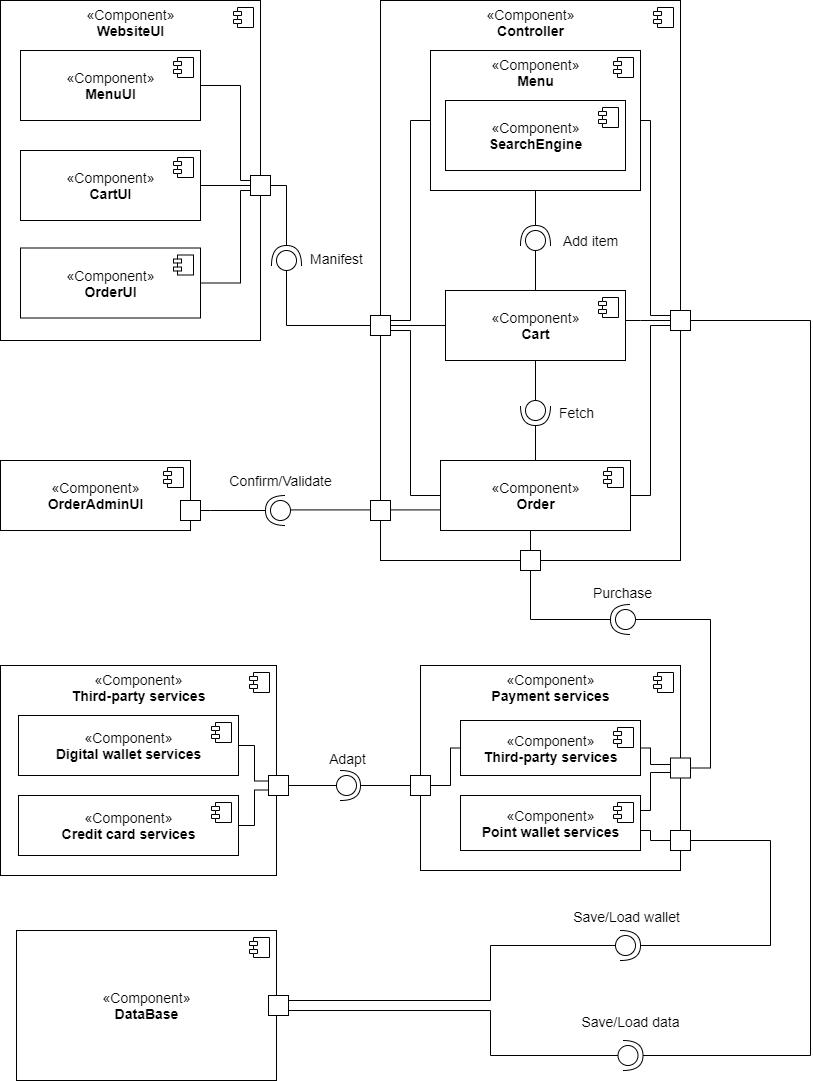
Earlier version of the draw.io export docs/images/components.png (thanhtoan1742/OWCA_POS). Source tidied: cells renumbered, new cells last; positions are measured from the earlier drawing's top-left corner, leaving out a move shared by most shapes.
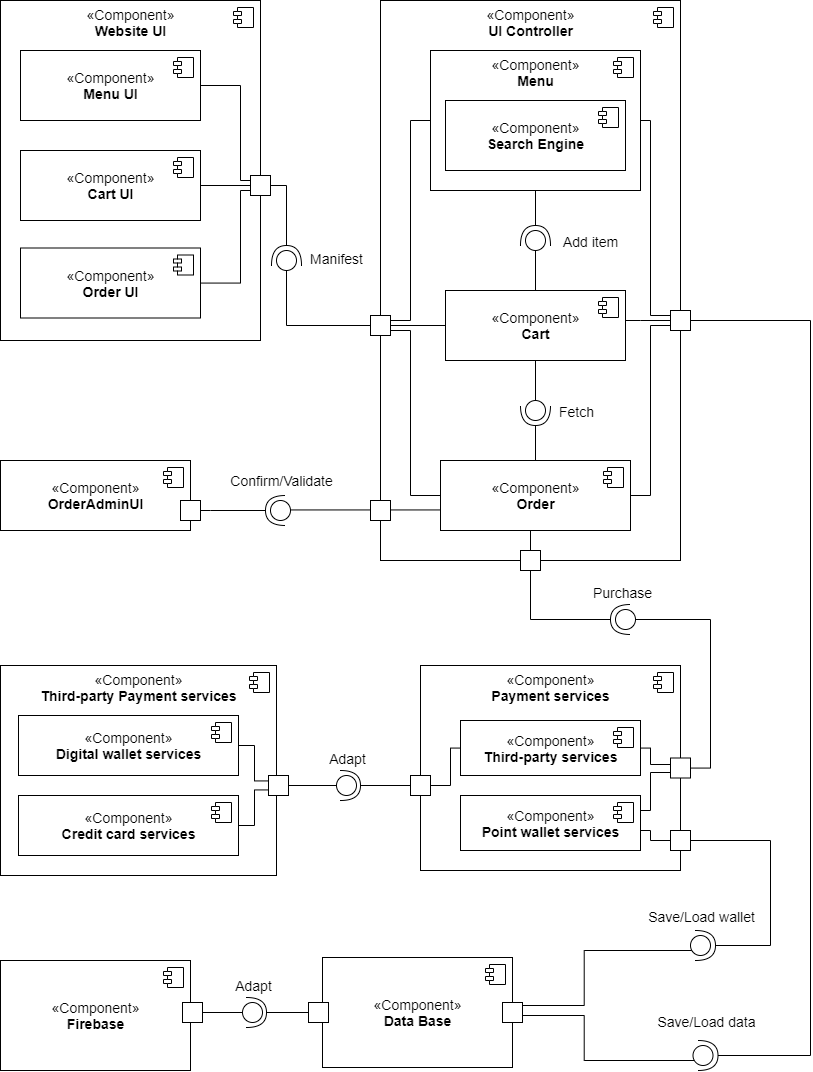
The same diagram one commit later.

What changed in the source:
```diff
@@ -2,7 +2,7 @@
   <root>
     <mxCell id="0" />
     <mxCell id="1" parent="0" />
-    <mxCell id="2" value="«Component»&lt;br style=&quot;font-size: 14px&quot;&gt;&lt;b&gt;Controller&lt;/b&gt;" style="html=1;fontSize=14;verticalAlign=top;" parent="1" vertex="1">
+    <mxCell id="2" value="«Component»&lt;br style=&quot;font-size: 14px&quot;&gt;&lt;b&gt;UI Controller&lt;/b&gt;" style="html=1;fontSize=14;verticalAlign=top;" parent="1" vertex="1">
       <mxGeometry x="380" width="300" height="560" as="geometry" />
     </mxCell>
     <mxCell id="3" style="shape=module;jettyWidth=8;jettyHeight=4;fontSize=14;" parent="2" vertex="1">
@@ -10,7 +10,7 @@
         <mxPoint x="-27" y="7" as="offset" />
       </mxGeometry>
     </mxCell>
-    <mxCell id="4" value="«Component»&lt;br style=&quot;font-size: 14px&quot;&gt;&lt;b&gt;WebsiteUI&lt;/b&gt;" style="html=1;fontSize=14;verticalAlign=top;" parent="1" vertex="1">
+    <mxCell id="4" value="«Component»&lt;br style=&quot;font-size: 14px&quot;&gt;&lt;b&gt;Website UI&lt;/b&gt;" style="html=1;fontSize=14;verticalAlign=top;" parent="1" vertex="1">
       <mxGeometry width="260" height="340" as="geometry" />
     </mxCell>
     <mxCell id="5" style="shape=module;jettyWidth=8;jettyHeight=4;fontSize=14;" parent="4" vertex="1">
@@ -18,7 +18,7 @@
         <mxPoint x="-27" y="7" as="offset" />
       </mxGeometry>
     </mxCell>
-    <mxCell id="6" value="«Component»&lt;br style=&quot;font-size: 14px&quot;&gt;&lt;b&gt;Third-party services&lt;/b&gt;" style="html=1;fontSize=14;verticalAlign=top;" parent="1" vertex="1">
+    <mxCell id="6" value="«Component»&lt;br style=&quot;font-size: 14px&quot;&gt;&lt;b&gt;Third-party Payment services&lt;/b&gt;" style="html=1;fontSize=14;verticalAlign=top;" parent="1" vertex="1">
       <mxGeometry y="665" width="276" height="210" as="geometry" />
     </mxCell>
     <mxCell id="7" style="shape=module;jettyWidth=8;jettyHeight=4;fontSize=14;" parent="6" vertex="1">
@@ -236,8 +236,8 @@
         <mxPoint x="58" y="43" as="offset" />
       </mxGeometry>
     </mxCell>
-    <mxCell id="51" value="«Component»&lt;br style=&quot;font-size: 14px&quot;&gt;&lt;b&gt;DataBase&lt;/b&gt;" style="html=1;fontSize=14;verticalAlign=middle;" parent="1" vertex="1">
-      <mxGeometry x="16" y="930" width="260" height="150" as="geometry" />
+    <mxCell id="51" value="«Component»&lt;br style=&quot;font-size: 14px&quot;&gt;&lt;b&gt;Data Base&lt;/b&gt;" style="html=1;fontSize=14;verticalAlign=middle;" parent="1" vertex="1">
+      <mxGeometry x="322" y="957" width="190" height="110" as="geometry" />
     </mxCell>
     <mxCell id="52" style="shape=module;jettyWidth=8;jettyHeight=4;fontSize=14;" parent="51" vertex="1">
       <mxGeometry x="1" width="20" height="20" relative="1" as="geometry">
@@ -247,7 +247,7 @@
     <mxCell id="53" style="edgeStyle=orthogonalEdgeStyle;rounded=0;html=1;fontSize=14;endArrow=none;endFill=0;startSize=10;endSize=10;strokeColor=#000000;" parent="1" edge="1" source="54" target="85">
       <mxGeometry relative="1" as="geometry" />
     </mxCell>
-    <mxCell id="54" value="«Component»&lt;br style=&quot;font-size: 14px&quot;&gt;&lt;b&gt;CartUI&lt;/b&gt;" style="html=1;fontSize=14;" parent="1" vertex="1">
+    <mxCell id="54" value="«Component»&lt;br style=&quot;font-size: 14px&quot;&gt;&lt;b&gt;Cart UI&lt;/b&gt;" style="html=1;fontSize=14;" parent="1" vertex="1">
       <mxGeometry x="20" y="150" width="180" height="70" as="geometry" />
     </mxCell>
     <mxCell id="55" style="shape=module;jettyWidth=8;jettyHeight=4;fontSize=14;" parent="54" vertex="1">
@@ -263,7 +263,7 @@
         </Array>
       </mxGeometry>
     </mxCell>
-    <mxCell id="57" value="«Component»&lt;br style=&quot;font-size: 14px&quot;&gt;&lt;b&gt;OrderUI&lt;/b&gt;" style="html=1;fontSize=14;" parent="1" vertex="1">
+    <mxCell id="57" value="«Component»&lt;br style=&quot;font-size: 14px&quot;&gt;&lt;b&gt;Order UI&lt;/b&gt;" style="html=1;fontSize=14;" parent="1" vertex="1">
       <mxGeometry x="20" y="247.5" width="180" height="70" as="geometry" />
     </mxCell>
     <mxCell id="58" style="shape=module;jettyWidth=8;jettyHeight=4;fontSize=14;" parent="57" vertex="1">
@@ -303,7 +303,7 @@
         </Array>
       </mxGeometry>
     </mxCell>
-    <mxCell id="64" value="«Component»&lt;br style=&quot;font-size: 14px&quot;&gt;&lt;b&gt;MenuUI&lt;/b&gt;" style="html=1;fontSize=14;" parent="1" vertex="1">
+    <mxCell id="64" value="«Component»&lt;br style=&quot;font-size: 14px&quot;&gt;&lt;b&gt;Menu UI&lt;/b&gt;" style="html=1;fontSize=14;" parent="1" vertex="1">
       <mxGeometry x="20" y="50" width="180" height="70" as="geometry" />
     </mxCell>
     <mxCell id="65" style="shape=module;jettyWidth=8;jettyHeight=4;fontSize=14;" parent="64" vertex="1">
@@ -325,7 +325,7 @@
     <mxCell id="69" style="shape=requiredInterface;html=1;verticalLabelPosition=bottom;fontSize=14;strokeColor=#000000;strokeWidth=1;verticalAlign=top;rotation=90;horizontal=1;direction=west;" parent="1" vertex="1">
       <mxGeometry x="525" y="220" width="20" height="30" as="geometry" />
     </mxCell>
-    <mxCell id="70" value="«Component»&lt;br style=&quot;font-size: 14px&quot;&gt;&lt;b&gt;SearchEngine&lt;/b&gt;" style="html=1;fontSize=14;" parent="1" vertex="1">
+    <mxCell id="70" value="«Component»&lt;br style=&quot;font-size: 14px&quot;&gt;&lt;b&gt;Search Engine&lt;/b&gt;" style="html=1;fontSize=14;" parent="1" vertex="1">
       <mxGeometry x="445" y="100" width="180" height="70" as="geometry" />
     </mxCell>
     <mxCell id="71" style="shape=module;jettyWidth=8;jettyHeight=4;fontSize=14;" parent="70" vertex="1">
@@ -372,16 +372,16 @@
     <mxCell id="80" style="edgeStyle=orthogonalEdgeStyle;html=1;fontSize=14;endArrow=none;endFill=0;rounded=0;" parent="1" edge="1" source="81" target="82">
       <mxGeometry relative="1" as="geometry">
         <Array as="points">
-          <mxPoint x="490" y="1010" />
-          <mxPoint x="490" y="1055" />
+          <mxPoint x="583.8" y="1015" />
+          <mxPoint x="583.8" y="1060" />
         </Array>
       </mxGeometry>
     </mxCell>
     <mxCell id="81" style="verticalLabelPosition=bottom;verticalAlign=top;html=1;shape=mxgraph.basic.rect;fillColor2=none;strokeWidth=1;size=20;indent=5;fontSize=14;" parent="1" vertex="1">
-      <mxGeometry x="268" y="995" width="20" height="20" as="geometry" />
+      <mxGeometry x="502" y="1002" width="20" height="20" as="geometry" />
     </mxCell>
     <mxCell id="82" style="ellipse;whiteSpace=wrap;html=1;fontSize=14;strokeColor=#000000;strokeWidth=1;verticalAlign=top;" parent="1" vertex="1">
-      <mxGeometry x="617.5" y="1045" width="20" height="20" as="geometry" />
+      <mxGeometry x="692.5" y="1045" width="20" height="20" as="geometry" />
     </mxCell>
     <mxCell id="83" value="Save/Load data" style="edgeStyle=orthogonalEdgeStyle;html=1;fontSize=14;startArrow=none;startFill=0;endArrow=none;endFill=0;startSize=20;endSize=20;rounded=0;" parent="1" edge="1" source="2" target="84">
       <mxGeometry x="1" y="-36" relative="1" as="geometry">
@@ -392,7 +392,7 @@
       </mxGeometry>
     </mxCell>
     <mxCell id="84" style="shape=requiredInterface;html=1;verticalLabelPosition=bottom;fontSize=14;strokeColor=#000000;strokeWidth=1;verticalAlign=top;rotation=0;" parent="1" vertex="1">
-      <mxGeometry x="622.5" y="1040" width="20" height="30" as="geometry" />
+      <mxGeometry x="697.5" y="1040" width="20" height="30" as="geometry" />
     </mxCell>
     <mxCell id="85" style="whiteSpace=wrap;html=1;fontSize=14;strokeColor=#000000;strokeWidth=1;verticalAlign=middle;" parent="1" vertex="1">
       <mxGeometry x="250" y="175" width="20" height="20" as="geometry" />
@@ -422,18 +422,46 @@
       <mxGeometry x="670" y="830" width="20" height="20" as="geometry" />
     </mxCell>
     <mxCell id="92" style="ellipse;whiteSpace=wrap;html=1;fontSize=14;strokeColor=#000000;strokeWidth=1;verticalAlign=top;" parent="1" vertex="1">
-      <mxGeometry x="615" y="935" width="20" height="20" as="geometry" />
+      <mxGeometry x="690" y="935" width="20" height="20" as="geometry" />
     </mxCell>
     <mxCell id="93" style="edgeStyle=orthogonalEdgeStyle;rounded=0;html=1;fontSize=14;startArrow=none;startFill=0;endArrow=none;endFill=0;startSize=20;endSize=20;" parent="1" edge="1" source="92" target="81">
       <mxGeometry relative="1" as="geometry">
         <Array as="points">
-          <mxPoint x="490" y="945" />
-          <mxPoint x="490" y="1000" />
+          <mxPoint x="583.8" y="950" />
+          <mxPoint x="583.8" y="1005" />
         </Array>
       </mxGeometry>
     </mxCell>
     <mxCell id="94" style="shape=requiredInterface;html=1;verticalLabelPosition=bottom;fontSize=14;strokeColor=#000000;strokeWidth=1;verticalAlign=top;rotation=0;" parent="1" vertex="1">
-      <mxGeometry x="620" y="930" width="20" height="30" as="geometry" />
+      <mxGeometry x="695" y="930" width="20" height="30" as="geometry" />
     </mxCell>
+    <mxCell id="95" value="«Component»&lt;br style=&quot;font-size: 14px&quot;&gt;&lt;b&gt;Firebase&lt;/b&gt;" style="html=1;fontSize=14;verticalAlign=middle;" parent="1" vertex="1">
+      <mxGeometry y="960" width="190" height="110" as="geometry" />
+    </mxCell>
+    <mxCell id="96" style="shape=module;jettyWidth=8;jettyHeight=4;fontSize=14;" parent="95" vertex="1">
+      <mxGeometry x="1" width="20" height="20" relative="1" as="geometry">
+        <mxPoint x="-27" y="7" as="offset" />
+      </mxGeometry>
+    </mxCell>
+    <mxCell id="97" style="whiteSpace=wrap;html=1;fontSize=14;strokeColor=#000000;strokeWidth=1;verticalAlign=middle;" parent="1" vertex="1">
+      <mxGeometry x="308" y="1002" width="20" height="20" as="geometry" />
+    </mxCell>
+    <mxCell id="98" style="edgeStyle=orthogonalEdgeStyle;rounded=0;html=1;fontSize=14;startArrow=none;startFill=0;endArrow=none;endFill=0;startSize=20;endSize=20;" parent="1" edge="1" source="99" target="102">
+      <mxGeometry relative="1" as="geometry" />
+    </mxCell>
+    <mxCell id="99" style="ellipse;whiteSpace=wrap;html=1;fontSize=14;strokeColor=#000000;strokeWidth=1;verticalAlign=top;" parent="1" vertex="1">
+      <mxGeometry x="242" y="1002" width="20" height="20" as="geometry" />
+    </mxCell>
+    <mxCell id="100" value="Adapt" style="edgeStyle=orthogonalEdgeStyle;rounded=0;html=1;fontSize=14;startArrow=none;startFill=0;endArrow=none;endFill=0;startSize=20;endSize=20;" parent="1" edge="1" source="101" target="97">
+      <mxGeometry x="-1" y="30" relative="1" as="geometry">
+        <mxPoint x="-13" y="3" as="offset" />
+      </mxGeometry>
+    </mxCell>
+    <mxCell id="101" style="shape=requiredInterface;html=1;verticalLabelPosition=bottom;fontSize=14;strokeColor=#000000;strokeWidth=1;verticalAlign=top;rotation=0;" parent="1" vertex="1">
+      <mxGeometry x="246" y="997" width="20" height="30" as="geometry" />
+    </mxCell>
+    <mxCell id="102" style="whiteSpace=wrap;html=1;fontSize=14;strokeColor=#000000;strokeWidth=1;verticalAlign=middle;" parent="1" vertex="1">
+      <mxGeometry x="182" y="1002" width="20" height="20" as="geometry" />
+    </mxCell>
   </root>
 </mxGraphModel>
```
